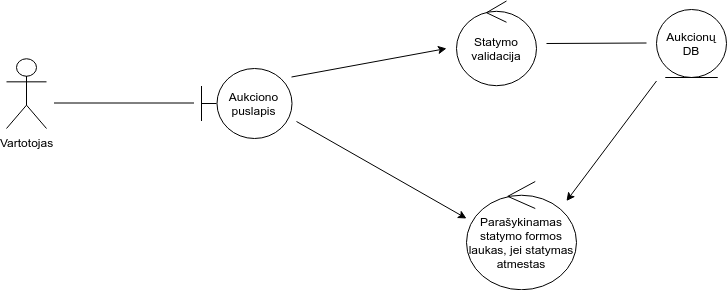
Earlier version of the draw.io export img/statymas.png (ievavizg/PSI). Source tidied: cells renumbered, new cells last; positions are measured from the earlier drawing's top-left corner, leaving out a move shared by most shapes.
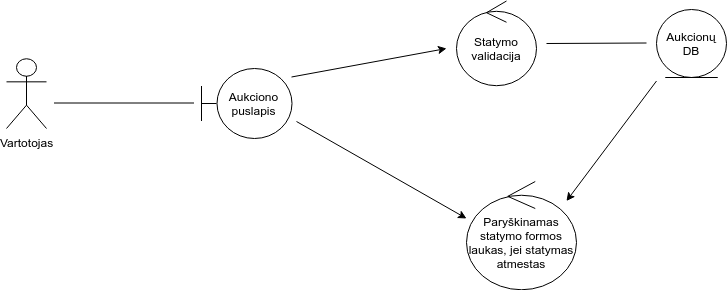
Above is the later version.

Diff of the diagram source:
```diff
@@ -38,7 +38,7 @@
         <mxPoint x="560" y="200.5" as="targetPoint" />
       </mxGeometry>
     </mxCell>
-    <mxCell id="10" value="Parašykinamas statymo formos laukas, jei statymas atmestas" style="ellipse;shape=umlControl;whiteSpace=wrap;html=1;" parent="1" vertex="1">
+    <mxCell id="10" value="Paryškinamas statymo formos laukas, jei statymas atmestas" style="ellipse;shape=umlControl;whiteSpace=wrap;html=1;" parent="1" vertex="1">
       <mxGeometry x="460" y="181" width="110" height="108" as="geometry" />
     </mxCell>
     <mxCell id="11" style="endArrow=classic;html=1;" parent="1" edge="1">
```
